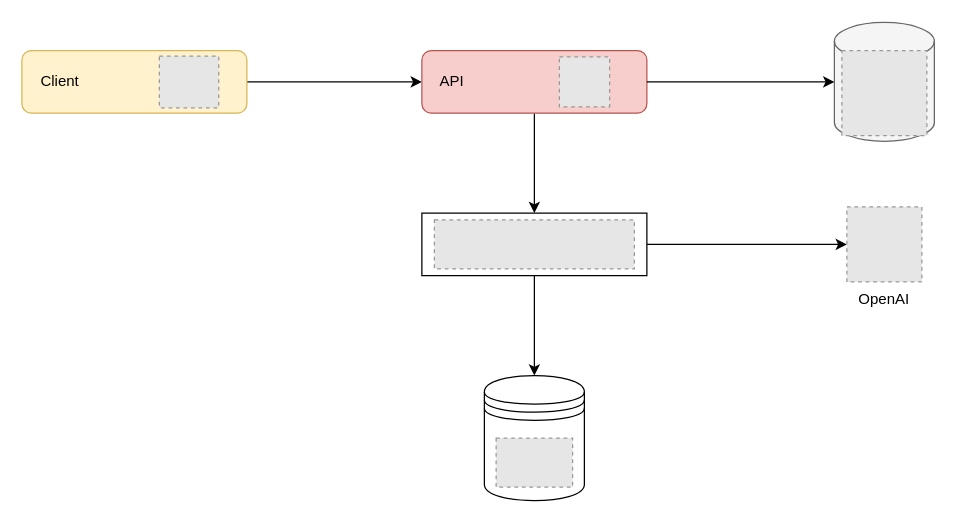
Earlier version of the draw.io diagram assets/drawio/rag.drawio (foxminchan/GovernmentChatbot). Source tidied: cells renumbered, new cells numbered last; positions are measured from the earlier drawing's top-left corner, leaving out a move shared by most shapes. Both pictures are drawn from the tidied source at 125%, with x=0, y=0 at pixel (21, 22). Pictures stored in the file or linked from it are replaced by grey dashed boxes.
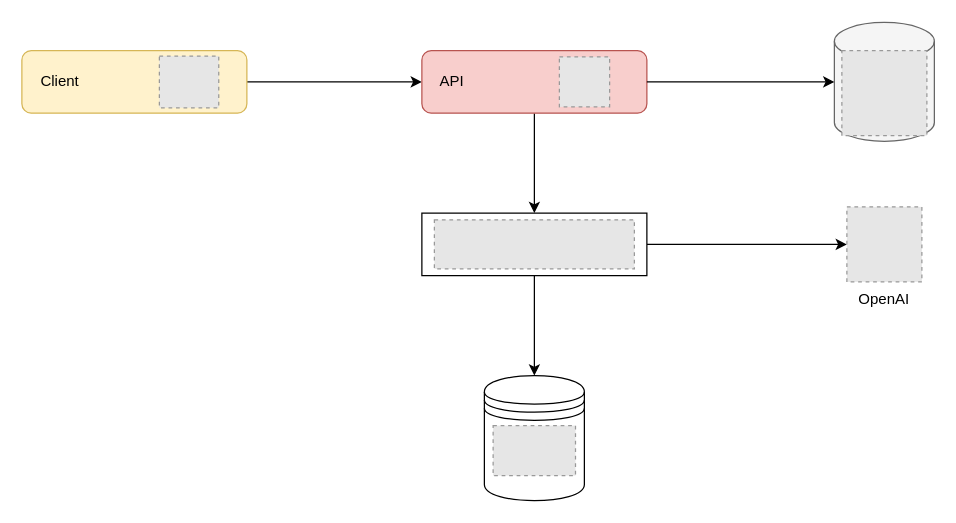
After the change.

Change to the diagram source:
```diff
@@
 <mxGraphModel>
   <root>
     <mxCell id="0" />
     <mxCell id="1" parent="0" />
     <mxCell id="2" style="edgeStyle=orthogonalEdgeStyle;rounded=0;jettySize=auto;html=1;exitX=1;exitY=0.5;exitDx=0;exitDy=0;entryX=0;entryY=0.5;entryDx=0;entryDy=0;" parent="1" edge="1" source="3" target="5">
       <mxGeometry relative="1" as="geometry" />
     </mxCell>
     <mxCell id="3" value="&amp;nbsp; &amp;nbsp;&amp;nbsp;Client" style="rounded=1;whiteSpace=wrap;html=1;align=left;fillColor=#fff2cc;strokeColor=#d6b656;" parent="1" vertex="1">
       <mxGeometry y="22" width="180" height="50" as="geometry" />
     </mxCell>
     <mxCell id="4" style="edgeStyle=orthogonalEdgeStyle;rounded=0;jettySize=auto;html=1;exitX=0.5;exitY=1;exitDx=0;exitDy=0;entryX=0.5;entryY=0;entryDx=0;entryDy=0;" parent="1" edge="1" source="5" target="13">
       <mxGeometry relative="1" as="geometry" />
     </mxCell>
     <mxCell id="5" value="&amp;nbsp; &amp;nbsp; API" style="rounded=1;whiteSpace=wrap;html=1;align=left;fillColor=#f8cecc;strokeColor=#b85450;" parent="1" vertex="1">
       <mxGeometry x="320" y="22" width="180" height="50" as="geometry" />
     </mxCell>
     <mxCell id="6" style="shape=cylinder3;whiteSpace=wrap;html=1;boundedLbl=1;backgroundOutline=1;size=15;fillColor=#f5f5f5;fontColor=#333333;strokeColor=#666666;" parent="1" vertex="1">
       <mxGeometry x="650" y="-0.5" width="80" height="95" as="geometry" />
     </mxCell>
     <mxCell id="7" style="edgeStyle=orthogonalEdgeStyle;rounded=0;jettySize=auto;html=1;exitX=1;exitY=0.5;exitDx=0;exitDy=0;entryX=0;entryY=0.5;entryDx=0;entryDy=0;entryPerimeter=0;" parent="1" edge="1" source="5" target="6">
       <mxGeometry relative="1" as="geometry" />
     </mxCell>
     <mxCell id="8" style="fillColor=#E6E6E6;strokeColor=#999999;dashed=1;verticalLabelPosition=bottom;labelBackgroundColor=default;verticalAlign=top;" parent="1" vertex="1">
       <mxGeometry x="110" y="26.4" width="47.5" height="41.3" as="geometry" />
     </mxCell>
     <mxCell id="9" style="fillColor=#E6E6E6;strokeColor=#999999;dashed=1;verticalLabelPosition=bottom;labelBackgroundColor=default;verticalAlign=top;" parent="1" vertex="1">
       <mxGeometry x="430" y="27" width="40.2" height="40" as="geometry" />
     </mxCell>
     <mxCell id="10" style="fillColor=#E6E6E6;strokeColor=#999999;dashed=1;verticalLabelPosition=bottom;labelBackgroundColor=default;verticalAlign=top;" parent="1" vertex="1">
       <mxGeometry x="656" y="22" width="68" height="68" as="geometry" />
     </mxCell>
     <mxCell id="11" style="edgeStyle=orthogonalEdgeStyle;rounded=0;jettySize=auto;html=1;exitX=0.5;exitY=1;exitDx=0;exitDy=0;entryX=0.5;entryY=0;entryDx=0;entryDy=0;" parent="1" edge="1" source="13" target="15">
       <mxGeometry relative="1" as="geometry" />
     </mxCell>
     <mxCell id="12" style="edgeStyle=orthogonalEdgeStyle;rounded=0;jettySize=auto;html=1;exitX=1;exitY=0.5;exitDx=0;exitDy=0;entryX=0;entryY=0.5;entryDx=0;entryDy=0;" parent="1" edge="1" source="13" target="17">
       <mxGeometry relative="1" as="geometry" />
     </mxCell>
     <mxCell id="13" style="rounded=0;whiteSpace=wrap;html=1;align=left;" parent="1" vertex="1">
       <mxGeometry x="320" y="152" width="180" height="50" as="geometry" />
     </mxCell>
     <mxCell id="14" style="fillColor=#E6E6E6;strokeColor=#999999;dashed=1;verticalLabelPosition=bottom;labelBackgroundColor=default;verticalAlign=top;" parent="1" vertex="1">
       <mxGeometry x="330" y="157.3" width="160" height="39.3" as="geometry" />
     </mxCell>
     <mxCell id="15" style="shape=datastore;whiteSpace=wrap;html=1;" parent="1" vertex="1">
       <mxGeometry x="370" y="282" width="80" height="100" as="geometry" />
     </mxCell>
-    <mxCell id="16" style="fillColor=#E6E6E6;strokeColor=#999999;dashed=1;verticalLabelPosition=bottom;labelBackgroundColor=default;verticalAlign=top;" parent="1" vertex="1">
-      <mxGeometry x="379.4" y="332" width="61.2" height="39.2" as="geometry" />
-    </mxCell>
     <mxCell id="17" value="OpenAI" style="fillColor=#E6E6E6;strokeColor=#999999;dashed=1;verticalLabelPosition=bottom;labelBackgroundColor=default;verticalAlign=top;" parent="1" vertex="1">
       <mxGeometry x="660" y="147" width="60" height="60" as="geometry" />
     </mxCell>
+    <mxCell id="18" style="fillColor=#E6E6E6;strokeColor=#999999;dashed=1;verticalLabelPosition=bottom;labelBackgroundColor=default;verticalAlign=top;" parent="1" vertex="1">
+      <mxGeometry x="377" y="322" width="65.9" height="40" as="geometry" />
+    </mxCell>
   </root>
 </mxGraphModel>
```
